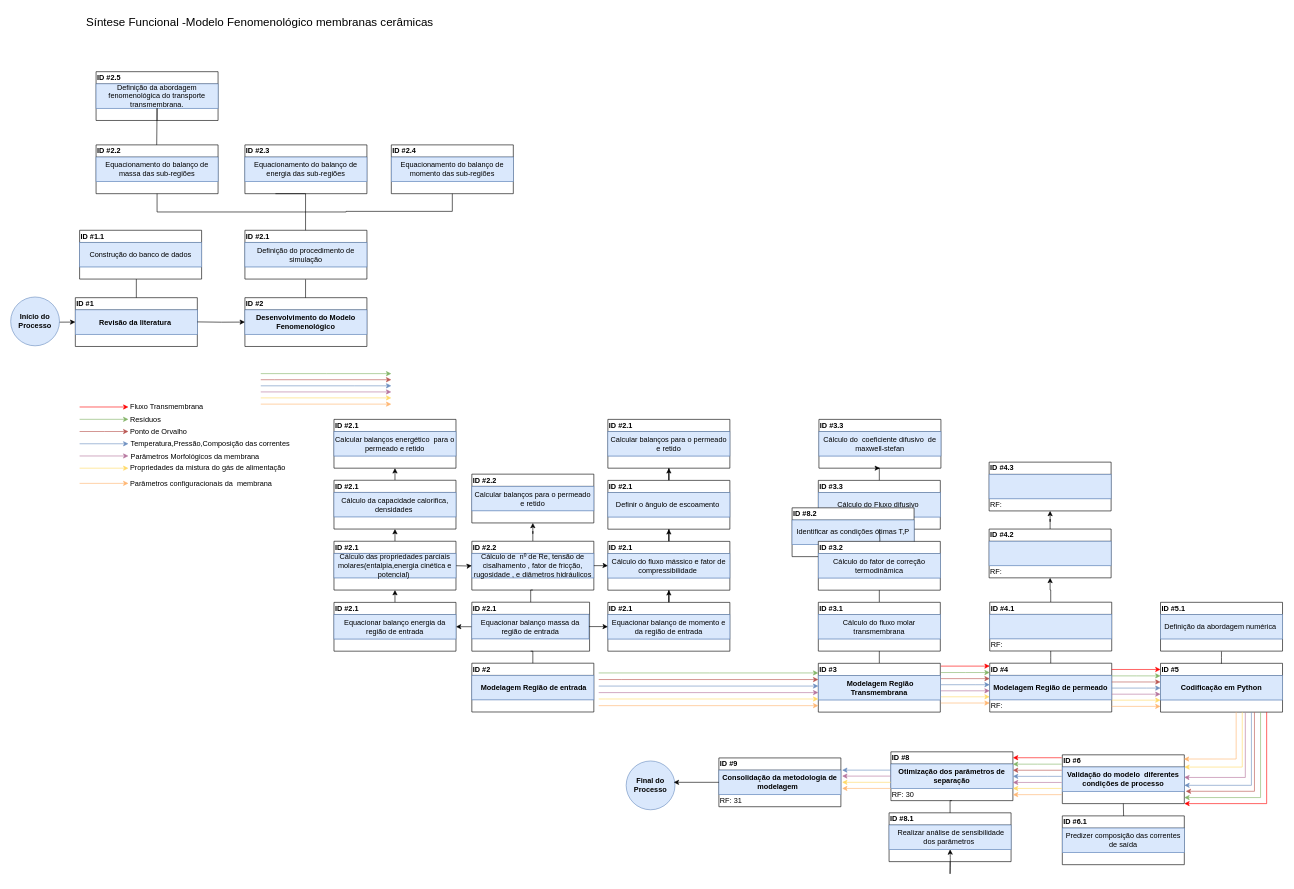
igcampos/Mestrado keeps this draw.io diagram as Sintese Funcional Fenomenológico  membranas ceramicas.drawio.xml. Above is the earlier version. Source tidied: cells renumbered, new cells numbered last; positions are measured from the earlier drawing's top-left corner, leaving out a move shared by most shapes. Both pictures are drawn from the tidied source at 61%, with x=0, y=0 at pixel (10, 10).
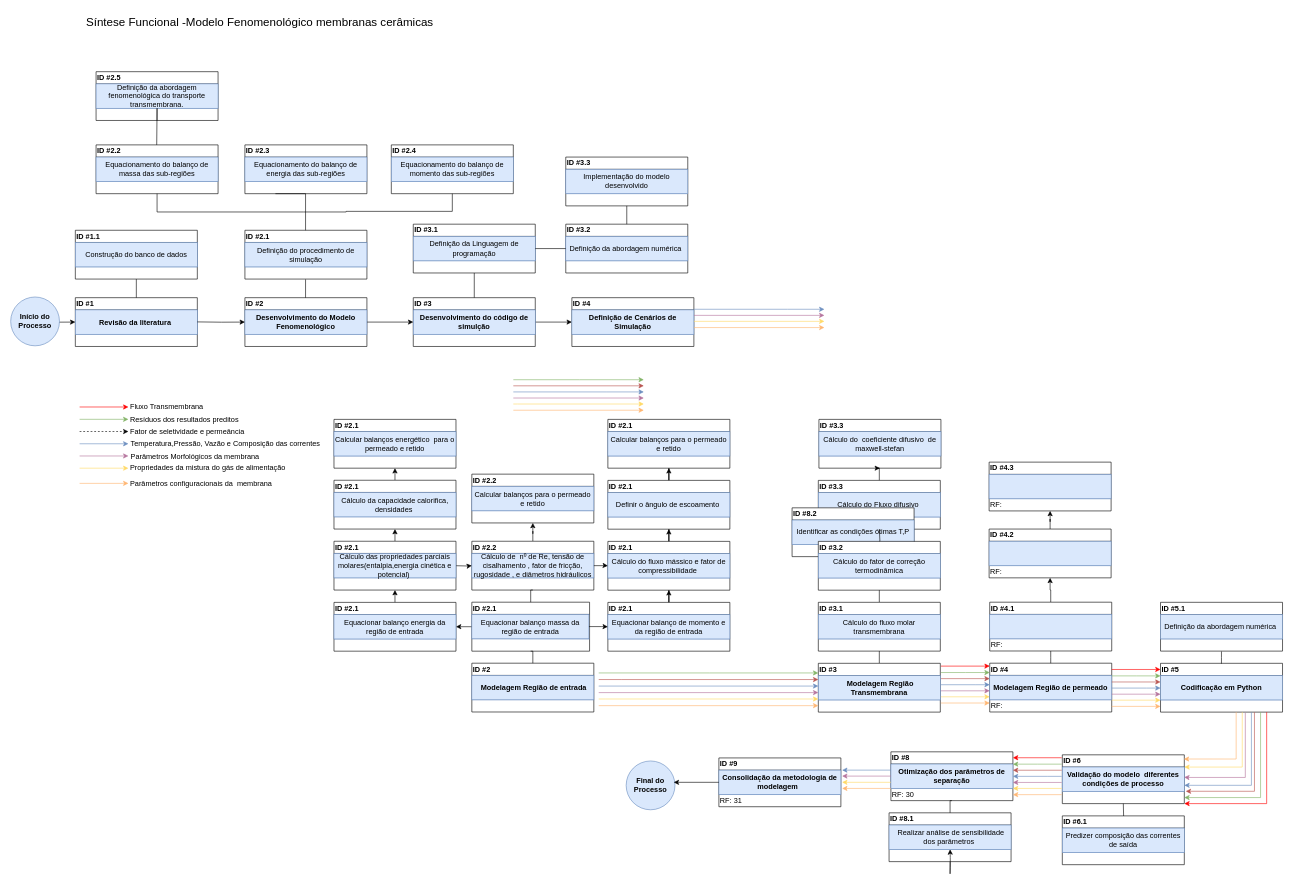
Above is the later version.

Unchanged cells that the change refers to:
```xml
<mxCell id="197" value="ID #2" style="swimlane;whiteSpace=wrap;html=1;startSize=20;align=left;rounded=0;" parent="1" vertex="1">
  <mxGeometry x="384" y="470.5" width="200" height="80" as="geometry" />
</mxCell>
```

Change to the diagram source:
```diff
@@
     <mxCell id="26" value="ID #1.1" style="swimlane;whiteSpace=wrap;html=1;startSize=20;align=left;rounded=0;" parent="1" vertex="1">
-      <mxGeometry x="113" y="360" width="200" height="80" as="geometry" />
+      <mxGeometry x="106" y="360" width="200" height="80" as="geometry" />
     </mxCell>
@@
-    <mxCell id="136" value="&lt;div align=&quot;left&quot;&gt;Temperatura,Pressão,Composição das correntes&lt;/div&gt;" style="text;html=1;align=left;verticalAlign=middle;strokeColor=none;fillColor=none;rounded=0;" parent="1" vertex="1">
-      <mxGeometry x="195" y="695" width="280" height="30" as="geometry" />
+    <mxCell id="136" value="&lt;div align=&quot;left&quot;&gt;Temperatura,Pressão, Vazão e Composição das correntes&lt;/div&gt;" style="text;html=1;align=left;verticalAlign=middle;strokeColor=none;fillColor=none;rounded=0;" parent="1" vertex="1">
+      <mxGeometry x="195" y="695" width="330" height="30" as="geometry" />
     </mxCell>
@@
-    <mxCell id="139" value="&lt;div align=&quot;left&quot;&gt;Resíduos&lt;/div&gt;" style="text;html=1;align=left;verticalAlign=middle;strokeColor=none;fillColor=none;rounded=0;" parent="1" vertex="1">
-      <mxGeometry x="194" y="655" width="70" height="30" as="geometry" />
+    <mxCell id="139" value="&lt;div align=&quot;left&quot;&gt;Resíduos dos resultados preditos&lt;/div&gt;" style="text;html=1;align=left;verticalAlign=middle;strokeColor=none;fillColor=none;rounded=0;" parent="1" vertex="1">
+      <mxGeometry x="194" y="655" width="200" height="30" as="geometry" />
     </mxCell>
-    <mxCell id="140" style="edgeStyle=orthogonalEdgeStyle;rounded=0;orthogonalLoop=1;jettySize=auto;html=1;fillColor=#f8cecc;strokeColor=#b85450;" parent="1" edge="1">
+    <mxCell id="140" style="edgeStyle=orthogonalEdgeStyle;rounded=0;orthogonalLoop=1;jettySize=auto;html=1;fillColor=#f8cecc;strokeColor=#050505;dashed=1;" parent="1" edge="1">
       <mxGeometry relative="1" as="geometry">
         <mxPoint x="113" y="689.9" as="sourcePoint" />
         <mxPoint x="193" y="689.9" as="targetPoint" />
         <Array as="points">
           <mxPoint x="154" y="689.9" />
         </Array>
       </mxGeometry>
     </mxCell>
-    <mxCell id="141" value="&lt;div align=&quot;left&quot;&gt;Ponto de Orvalho&lt;/div&gt;" style="text;html=1;align=left;verticalAlign=middle;strokeColor=none;fillColor=none;rounded=0;" parent="1" vertex="1">
-      <mxGeometry x="194" y="675" width="120" height="30" as="geometry" />
+    <mxCell id="141" value="&lt;div align=&quot;left&quot;&gt;Fator de seletividade e permeância&lt;/div&gt;" style="text;html=1;align=left;verticalAlign=middle;strokeColor=none;fillColor=none;rounded=0;" parent="1" vertex="1">
+      <mxGeometry x="194" y="675" width="210" height="30" as="geometry" />
     </mxCell>
@@
     <mxCell id="149" style="group;rounded=0;" parent="1" vertex="1">
-      <mxGeometry x="410" y="584.5" width="214" height="70.5" as="geometry" />
+      <mxGeometry x="824" y="594.5" width="214" height="70.5" as="geometry" />
     </mxCell>
@@
+    <mxCell id="221" style="edgeStyle=orthogonalEdgeStyle;rounded=0;jettySize=auto;html=1;entryX=0;entryY=0.5;entryDx=0;entryDy=0;" parent="1" edge="1" source="197" target="225">
+      <mxGeometry relative="1" as="geometry" />
+    </mxCell>
@@
+    <mxCell id="222" style="edgeStyle=orthogonalEdgeStyle;rounded=0;jettySize=auto;html=1;entryX=0;entryY=0.5;entryDx=0;entryDy=0;" parent="1" edge="1" source="223" target="240">
+      <mxGeometry relative="1" as="geometry" />
+    </mxCell>
+    <mxCell id="223" value="ID #3" style="swimlane;whiteSpace=wrap;html=1;startSize=20;align=left;rounded=0;" parent="1" vertex="1">
+      <mxGeometry x="660" y="470.5" width="200" height="80" as="geometry" />
+    </mxCell>
+    <mxCell id="224" style="endArrow=none;html=1;rounded=0;entryX=1;entryY=1;entryDx=0;entryDy=0;fillColor=#dae8fc;strokeColor=#6c8ebf;" parent="223" edge="1" target="225">
+      <mxGeometry relative="1" as="geometry">
+        <mxPoint y="60" as="sourcePoint" />
+      </mxGeometry>
+    </mxCell>
+    <mxCell id="225" value="Desenvolvimento do código de simulção" style="text;html=1;align=center;verticalAlign=middle;whiteSpace=wrap;rounded=0;fillColor=#dae8fc;strokeColor=#6c8ebf;fontStyle=1;" parent="223" vertex="1">
+      <mxGeometry y="20" width="200" height="40" as="geometry" />
+    </mxCell>
+    <mxCell id="226" value="ID #3.1" style="swimlane;whiteSpace=wrap;html=1;startSize=20;align=left;rounded=0;" parent="1" vertex="1">
+      <mxGeometry x="660" y="350" width="200" height="80" as="geometry" />
+    </mxCell>
+    <mxCell id="227" style="endArrow=none;html=1;rounded=0;entryX=1;entryY=1;entryDx=0;entryDy=0;fillColor=#dae8fc;strokeColor=#6c8ebf;" parent="226" edge="1" target="228">
+      <mxGeometry relative="1" as="geometry">
+        <mxPoint y="60" as="sourcePoint" />
+      </mxGeometry>
+    </mxCell>
+    <mxCell id="228" value="Definição da Linguagem de programação" style="text;html=1;align=center;verticalAlign=middle;whiteSpace=wrap;rounded=0;fillColor=#dae8fc;strokeColor=#6c8ebf;" parent="226" vertex="1">
+      <mxGeometry y="20" width="200" height="40" as="geometry" />
+    </mxCell>
+    <mxCell id="229" style="endArrow=none;html=1;rounded=0;entryX=0.5;entryY=1;entryDx=0;entryDy=0;exitX=0.5;exitY=0;exitDx=0;exitDy=0;" parent="1" edge="1" source="223" target="226">
+      <mxGeometry relative="1" as="geometry" />
+    </mxCell>
+    <mxCell id="230" value="ID #3.2" style="swimlane;whiteSpace=wrap;html=1;startSize=20;align=left;rounded=0;" parent="1" vertex="1">
+      <mxGeometry x="910" y="350" width="200" height="80" as="geometry" />
+    </mxCell>
+    <mxCell id="231" style="endArrow=none;html=1;rounded=0;entryX=1;entryY=1;entryDx=0;entryDy=0;fillColor=#dae8fc;strokeColor=#6c8ebf;" parent="230" edge="1" target="232">
+      <mxGeometry relative="1" as="geometry">
+        <mxPoint y="60" as="sourcePoint" />
+      </mxGeometry>
+    </mxCell>
+    <mxCell id="232" value="Definição da abordagem numérica&amp;nbsp;" style="text;html=1;align=center;verticalAlign=middle;whiteSpace=wrap;rounded=0;fillColor=#dae8fc;strokeColor=#6c8ebf;" parent="230" vertex="1">
+      <mxGeometry y="20" width="200" height="40" as="geometry" />
+    </mxCell>
+    <mxCell id="233" style="endArrow=none;html=1;rounded=0;entryX=0;entryY=0.5;entryDx=0;entryDy=0;exitX=1;exitY=0.5;exitDx=0;exitDy=0;" parent="1" edge="1" source="226" target="230">
+      <mxGeometry relative="1" as="geometry" />
+    </mxCell>
+    <mxCell id="234" value="ID #3.3" style="swimlane;whiteSpace=wrap;html=1;startSize=20;align=left;rounded=0;" parent="1" vertex="1">
+      <mxGeometry x="910" y="240" width="200" height="80" as="geometry" />
+    </mxCell>
+    <mxCell id="235" style="endArrow=none;html=1;rounded=0;entryX=1;entryY=1;entryDx=0;entryDy=0;fillColor=#dae8fc;strokeColor=#6c8ebf;" parent="234" edge="1" target="236">
+      <mxGeometry relative="1" as="geometry">
+        <mxPoint y="60" as="sourcePoint" />
+      </mxGeometry>
+    </mxCell>
+    <mxCell id="236" value="Implementação do modelo desenvolvido" style="text;html=1;align=center;verticalAlign=middle;whiteSpace=wrap;rounded=0;fillColor=#dae8fc;strokeColor=#6c8ebf;" parent="234" vertex="1">
+      <mxGeometry y="20" width="200" height="40" as="geometry" />
+    </mxCell>
+    <mxCell id="237" style="endArrow=none;html=1;rounded=0;entryX=0.5;entryY=1;entryDx=0;entryDy=0;exitX=0.5;exitY=0;exitDx=0;exitDy=0;" parent="1" edge="1" source="230" target="234">
+      <mxGeometry relative="1" as="geometry" />
+    </mxCell>
+    <mxCell id="238" value="ID #4" style="swimlane;whiteSpace=wrap;html=1;startSize=20;align=left;rounded=0;" parent="1" vertex="1">
+      <mxGeometry x="920" y="470.5" width="200" height="80" as="geometry" />
+    </mxCell>
+    <mxCell id="239" style="endArrow=none;html=1;rounded=0;fillColor=#dae8fc;strokeColor=#6c8ebf;" parent="238" edge="1">
+      <mxGeometry relative="1" as="geometry">
+        <mxPoint y="60" as="sourcePoint" />
+        <mxPoint x="200" y="60" as="targetPoint" />
+      </mxGeometry>
+    </mxCell>
+    <mxCell id="240" value="Definição de Cenários de Simulação" style="text;html=1;align=center;verticalAlign=middle;whiteSpace=wrap;rounded=0;fillColor=#dae8fc;strokeColor=#6c8ebf;fontStyle=1;" parent="238" vertex="1">
+      <mxGeometry y="20" width="200" height="40" as="geometry" />
+    </mxCell>
+    <mxCell id="241" style="group;rounded=0;" parent="1" vertex="1">
+      <mxGeometry x="1120" y="459" width="214" height="70.5" as="geometry" />
+    </mxCell>
+    <mxCell id="242" style="edgeStyle=orthogonalEdgeStyle;rounded=0;orthogonalLoop=1;jettySize=auto;html=1;fillColor=#dae8fc;strokeColor=#FFB570;" parent="241" edge="1">
+      <mxGeometry relative="1" as="geometry">
+        <mxPoint y="60.5" as="sourcePoint" />
+        <mxPoint x="214" y="60.5" as="targetPoint" />
+      </mxGeometry>
+    </mxCell>
+    <mxCell id="243" style="edgeStyle=orthogonalEdgeStyle;rounded=0;orthogonalLoop=1;jettySize=auto;html=1;fillColor=#dae8fc;strokeColor=#B5739D;" parent="241" edge="1">
+      <mxGeometry relative="1" as="geometry">
+        <mxPoint y="40.5" as="sourcePoint" />
+        <mxPoint x="214" y="40.5" as="targetPoint" />
+      </mxGeometry>
+    </mxCell>
+    <mxCell id="244" style="edgeStyle=orthogonalEdgeStyle;rounded=0;orthogonalLoop=1;jettySize=auto;html=1;fillColor=#dae8fc;strokeColor=#FFD966;" parent="241" edge="1">
+      <mxGeometry relative="1" as="geometry">
+        <mxPoint y="50.3" as="sourcePoint" />
+        <mxPoint x="214" y="50.3" as="targetPoint" />
+        <Array as="points">
+          <mxPoint x="6.8" y="50.3" />
+        </Array>
+      </mxGeometry>
+    </mxCell>
+    <mxCell id="245" style="edgeStyle=orthogonalEdgeStyle;rounded=0;orthogonalLoop=1;jettySize=auto;html=1;fillColor=#9933FF;strokeColor=#6c8ebf;" parent="241" edge="1">
+      <mxGeometry relative="1" as="geometry">
+        <mxPoint y="30.5" as="sourcePoint" />
+        <mxPoint x="214" y="30.5" as="targetPoint" />
+        <Array as="points">
+          <mxPoint x="153.2" y="30.7" />
+          <mxPoint x="153.2" y="30.7" />
+        </Array>
+      </mxGeometry>
+    </mxCell>
```
